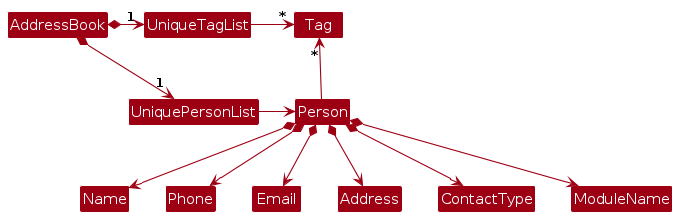
This is diagrams/BetterModelClassDiagram.png from SlothyCat/tp, a PlantUML export, as it was before one commit. Its source is kept beside it as diagrams/BetterModelClassDiagram.puml. The source it was exported from:
```plantuml
@startuml
!include style.puml
skinparam arrowThickness 1.1
skinparam arrowColor MODEL_COLOR
skinparam classBackgroundColor MODEL_COLOR

AddressBook *-right-> "1" UniquePersonList
AddressBook *-right-> "1" UniqueTagList
UniqueTagList -[hidden]down- UniquePersonList
UniqueTagList -[hidden]down- UniquePersonList

UniqueTagList -right-> "*" Tag
UniquePersonList -right-> Person

Person -up-> "*" Tag

Person *--> Name
Person *--> Phone
Person *--> Email
Person *--> Address
Person *--> ContactType
Person *--> ModuleName
@enduml
```
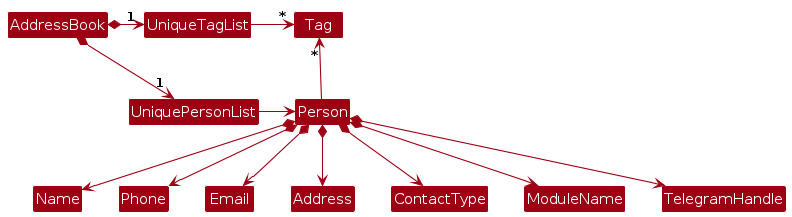
The same file after the commit.

The edit, as a diff of the source:
```diff
@@ -20,4 +20,5 @@
 Person *--> Address
 Person *--> ContactType
 Person *--> ModuleName
+Person *--> TelegramHandle
 @enduml
```
